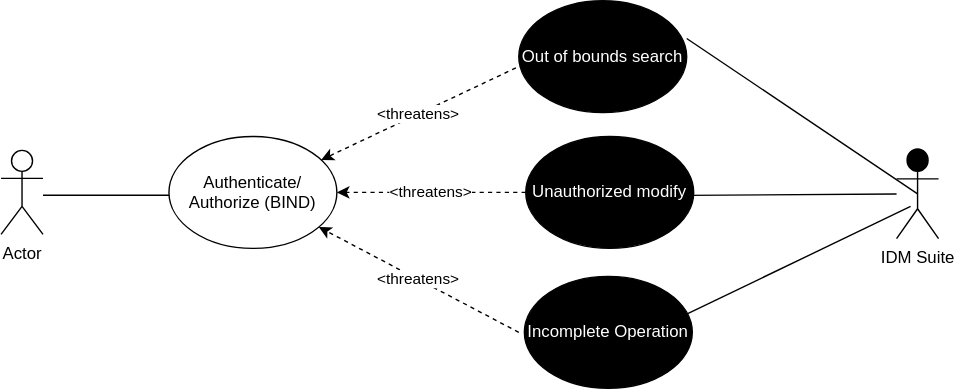
This is Use-Misuse Case 6 -EXT.drawio.svg from bartelsjoshuac/SAPG, a draw.io export, as it was before one commit. Source tidied: cells renumbered, new cells last; positions are measured from the earlier drawing's top-left corner, leaving out a move shared by most shapes.
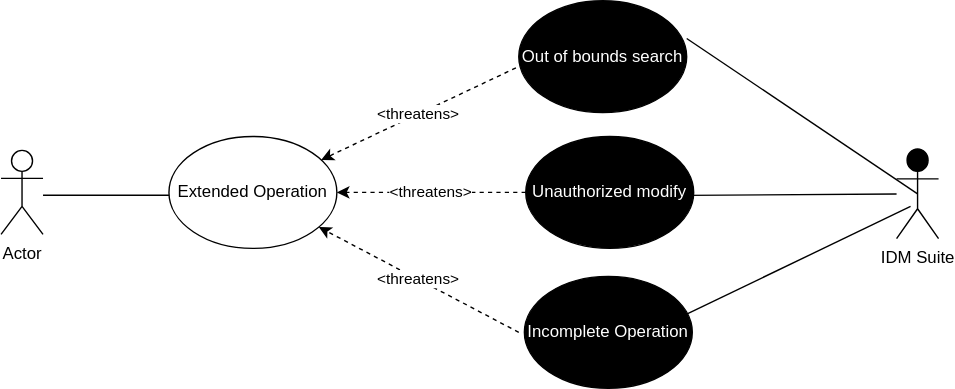
Above is the later version.

The edit, as a diff of the source:
```diff
@@ -11,7 +11,7 @@
         <mxPoint x="120" y="139" as="targetPoint" />
       </mxGeometry>
     </mxCell>
-    <mxCell id="4" value="Authenticate/&lt;br style=&quot;border-color: var(--border-color);&quot;&gt;Authorize (BIND)" style="ellipse;whiteSpace=wrap;html=1;fillColor=#FFFFFF;" parent="1" vertex="1">
+    <mxCell id="4" value="Extended Operation" style="ellipse;whiteSpace=wrap;html=1;fillColor=#FFFFFF;" parent="1" vertex="1">
       <mxGeometry x="120" y="97" width="120" height="80" as="geometry" />
     </mxCell>
     <mxCell id="5" value="IDM Suite" style="shape=umlActor;verticalLabelPosition=bottom;verticalAlign=top;html=1;outlineConnect=0;fillColor=#000000;" parent="1" vertex="1">
```
